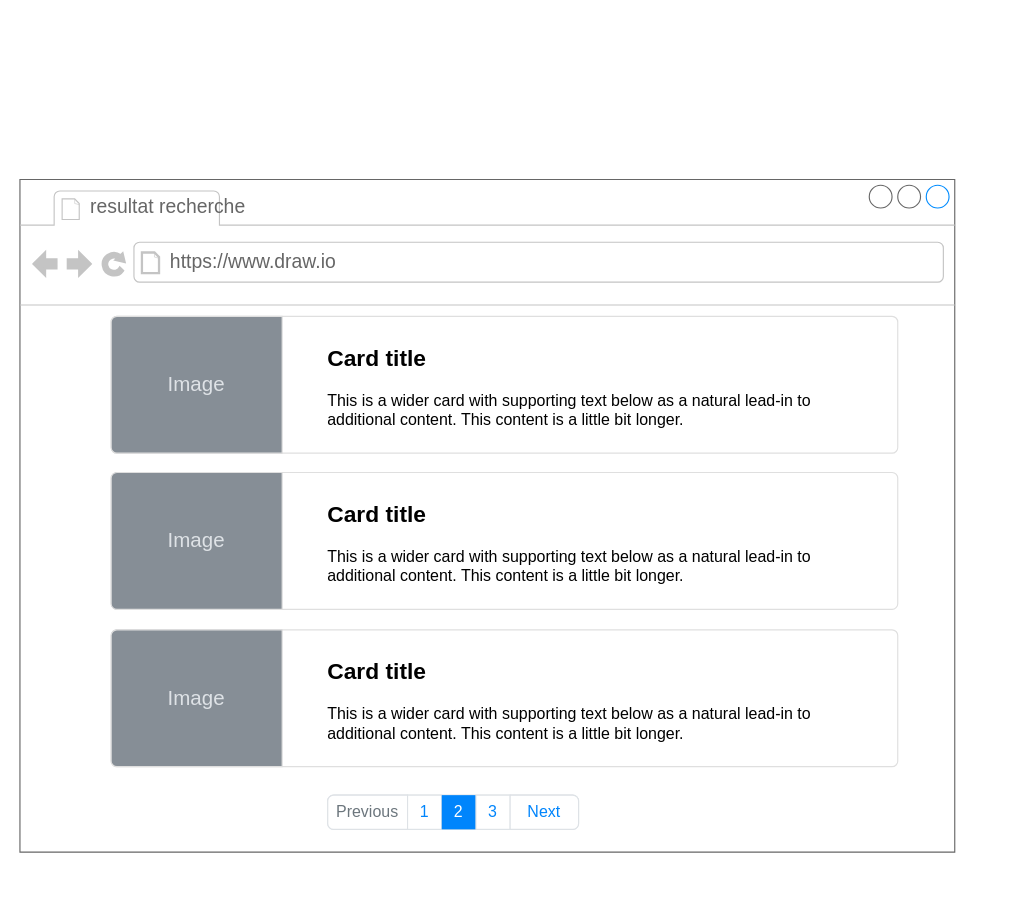
The draw.io diagram page "resultat recherche" (2 of 2) of maquetter_une_application/realiser_la_maquette_ux_ui/phase_3/maquetage_usager.drawio in Rustam0-0/cda, before the edit. Source tidied: cells renumbered, new cells numbered last; positions are measured from the earlier drawing's top-left corner, leaving out a move shared by most shapes. Both pictures are drawn from the tidied source at 114%, with x=0, y=0 at pixel (19, 179).
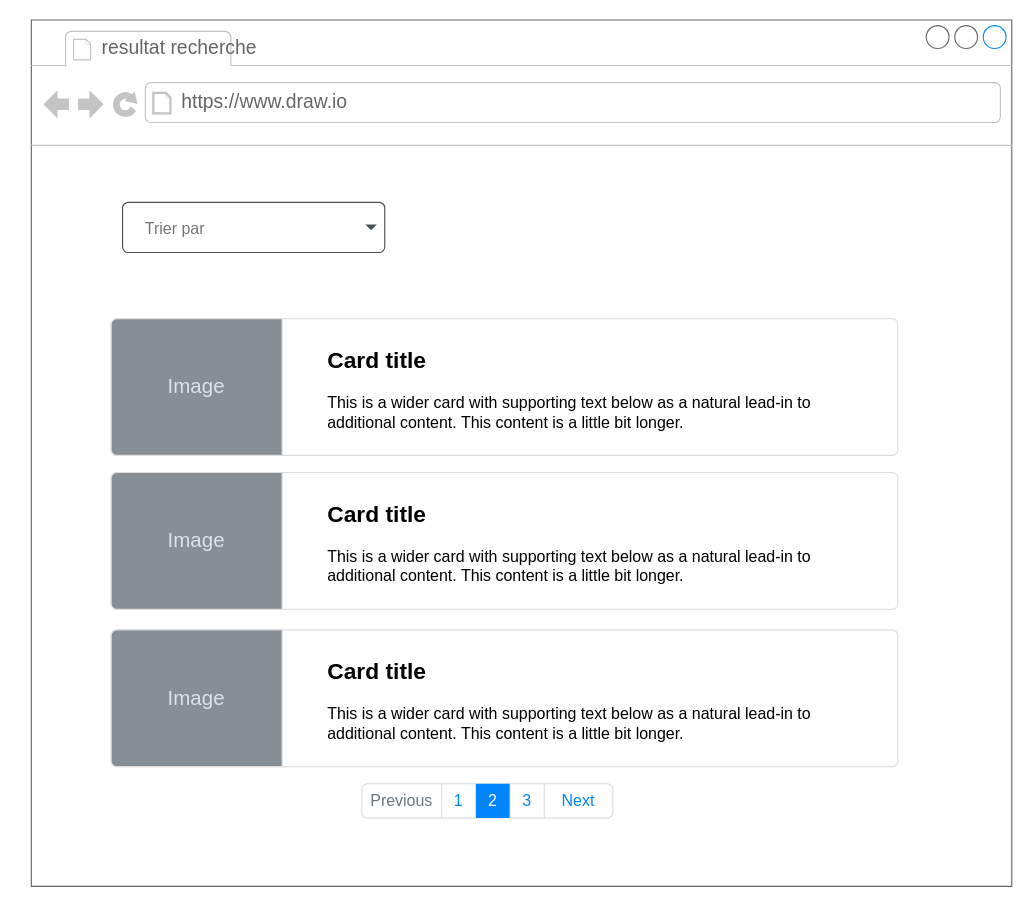
The same diagram, later.

Commit message (it also covers changes not shown here):
mise à jour

The edit, as a diff of the source:
```diff
@@
     <mxCell id="2" style="strokeWidth=1;shadow=0;dashed=0;align=center;html=1;shape=mxgraph.mockup.containers.browserWindow;rSize=0;strokeColor=#666666;strokeColor2=#008cff;strokeColor3=#c4c4c4;mainText=,;" parent="1" vertex="1">
-      <mxGeometry width="820" height="590" as="geometry" />
+      <mxGeometry x="10" y="-140" width="860" height="760" as="geometry" />
     </mxCell>
@@
     <mxCell id="5" value="&lt;b&gt;&lt;font style=&quot;font-size: 20px&quot;&gt;Card title&lt;/font&gt;&lt;/b&gt;&lt;br&gt;&lt;br&gt;This is a wider card with supporting text below as a natural lead-in to additional content. This content is a little bit longer.&lt;br&gt;&lt;br&gt;" style="html=1;shadow=0;dashed=0;shape=mxgraph.bootstrap.rrect;rSize=5;strokeColor=#DFDFDF;html=1;whiteSpace=wrap;fillColor=#ffffff;fontColor=#000000;verticalAlign=top;align=left;spacing=20;fontSize=14;spacingLeft=170;" parent="2" vertex="1">
-      <mxGeometry x="80" y="120" width="690" height="120" as="geometry" />
+      <mxGeometry x="70" y="262" width="690" height="120" as="geometry" />
     </mxCell>
@@
     <mxCell id="7" style="html=1;shadow=0;dashed=0;shape=mxgraph.bootstrap.rrect;rSize=5;strokeColor=#DEE2E6;html=1;whiteSpace=wrap;fillColor=#ffffff;fontColor=#0085FC;fontSize=14;" parent="2" vertex="1">
-      <mxGeometry x="270" y="540" width="220" height="30" as="geometry" />
+      <mxGeometry x="290" y="670" width="220" height="30" as="geometry" />
     </mxCell>
@@
+    <mxCell id="17" value="&lt;font style=&quot;font-size: 14px&quot;&gt;Trier par&lt;/font&gt;" style="html=1;shadow=0;dashed=0;shape=mxgraph.bootstrap.rrect;rSize=5;strokeColor=#505050;strokeWidth=1;fillColor=#ffffff;fontColor=#777777;whiteSpace=wrap;align=left;verticalAlign=middle;fontStyle=0;fontSize=18;spacing=20;" parent="2" vertex="1">
+      <mxGeometry x="80" y="160" width="230" height="44" as="geometry" />
+    </mxCell>
+    <mxCell id="18" style="shape=triangle;direction=south;fillColor=#495057;strokeColor=none;perimeter=none;" parent="17" vertex="1">
+      <mxGeometry x="1" y="0.5" width="10" height="5" relative="1" as="geometry">
+        <mxPoint x="-17" y="-2.5" as="offset" />
+      </mxGeometry>
+    </mxCell>
```
